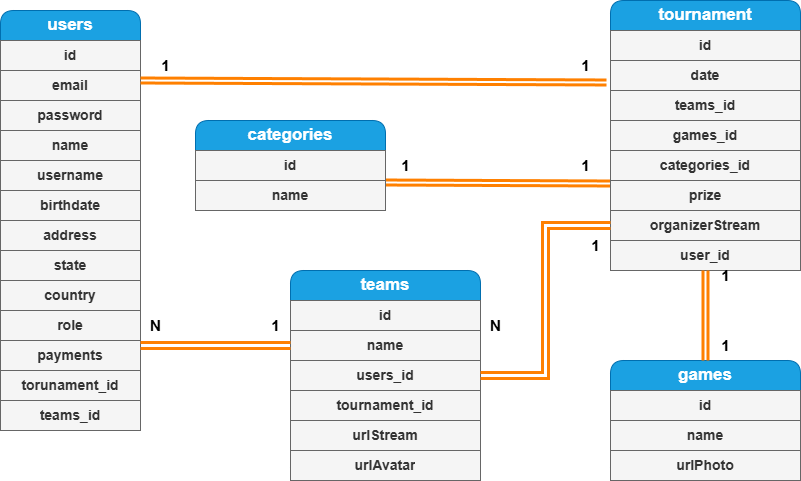
Earlier version of the draw.io export Diagrama Entidad Relaciones Game Stream Tournament.drawio.png (FabricioIrazoqui/DiagramaEntidad-GameStreamTorunament). Source tidied: cells renumbered, new cells last; positions are measured from the earlier drawing's top-left corner, leaving out a move shared by most shapes.
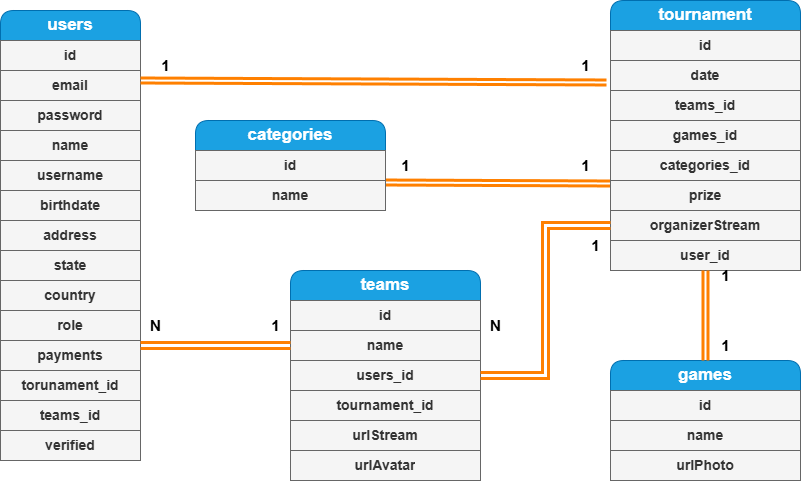
The same file after the commit.

What changed in the source:
```diff
@@ -3,7 +3,7 @@
     <mxCell id="0" />
     <mxCell id="1" parent="0" />
     <mxCell id="2" value="&lt;b&gt;&lt;font style=&quot;font-size: 17px;&quot;&gt;users&lt;/font&gt;&lt;/b&gt;" style="swimlane;fontStyle=0;horizontal=1;startSize=30;whiteSpace=wrap;html=1;glass=0;rounded=1;shadow=0;swimlaneLine=1;fillColor=#1ba1e2;strokeColor=#006EAF;fontColor=#ffffff;" parent="1" vertex="1">
-      <mxGeometry y="10" width="140" height="420" as="geometry" />
+      <mxGeometry y="10" width="140" height="450" as="geometry" />
     </mxCell>
     <mxCell id="3" value="id" style="text;strokeColor=#666666;fillColor=#f5f5f5;align=center;verticalAlign=middle;spacingLeft=4;spacingRight=4;overflow=hidden;whiteSpace=wrap;html=1;fontColor=#333333;fontStyle=1;fontSize=14;" parent="2" vertex="1">
       <mxGeometry y="30" width="140" height="30" as="geometry" />
@@ -44,6 +44,9 @@
     <mxCell id="15" value="teams_id" style="text;strokeColor=#666666;fillColor=#f5f5f5;align=center;verticalAlign=middle;spacingLeft=4;spacingRight=4;overflow=hidden;whiteSpace=wrap;html=1;fontColor=#333333;fontStyle=1;fontSize=14;" parent="2" vertex="1">
       <mxGeometry y="390" width="140" height="30" as="geometry" />
     </mxCell>
+    <mxCell id="54" value="verified" style="text;strokeColor=#666666;fillColor=#f5f5f5;align=center;verticalAlign=middle;spacingLeft=4;spacingRight=4;overflow=hidden;whiteSpace=wrap;html=1;fontColor=#333333;fontStyle=1;fontSize=14;" parent="2" vertex="1">
+      <mxGeometry y="420" width="140" height="30" as="geometry" />
+    </mxCell>
     <mxCell id="16" style="edgeStyle=none;shape=link;rounded=0;jettySize=auto;html=1;exitX=0;exitY=0.1;exitDx=0;exitDy=0;entryX=1;entryY=0.067;entryDx=0;entryDy=0;width=3;strokeColor=#FF8000;strokeWidth=3;entryPerimeter=0;exitPerimeter=0;" parent="1" edge="1" source="23" target="39">
       <mxGeometry relative="1" as="geometry" />
     </mxCell>
```
